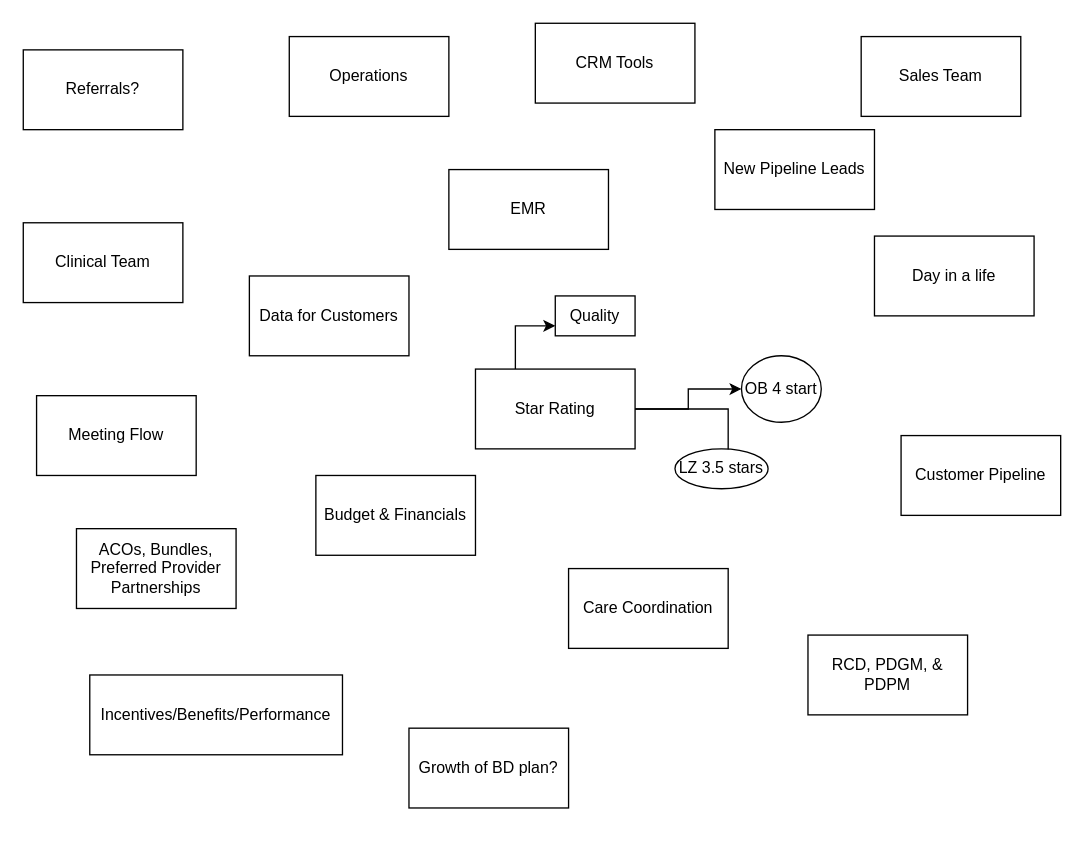
Above: Untitled Diagram.drawio in thinkabroad/hello-world (draw.io), before the change. Source tidied: cells renumbered, new cells numbered last; positions are measured from the earlier drawing's top-left corner, leaving out a move shared by most shapes. Both pictures are drawn from the tidied source at 133%, with x=0, y=0 at pixel (23, 23).
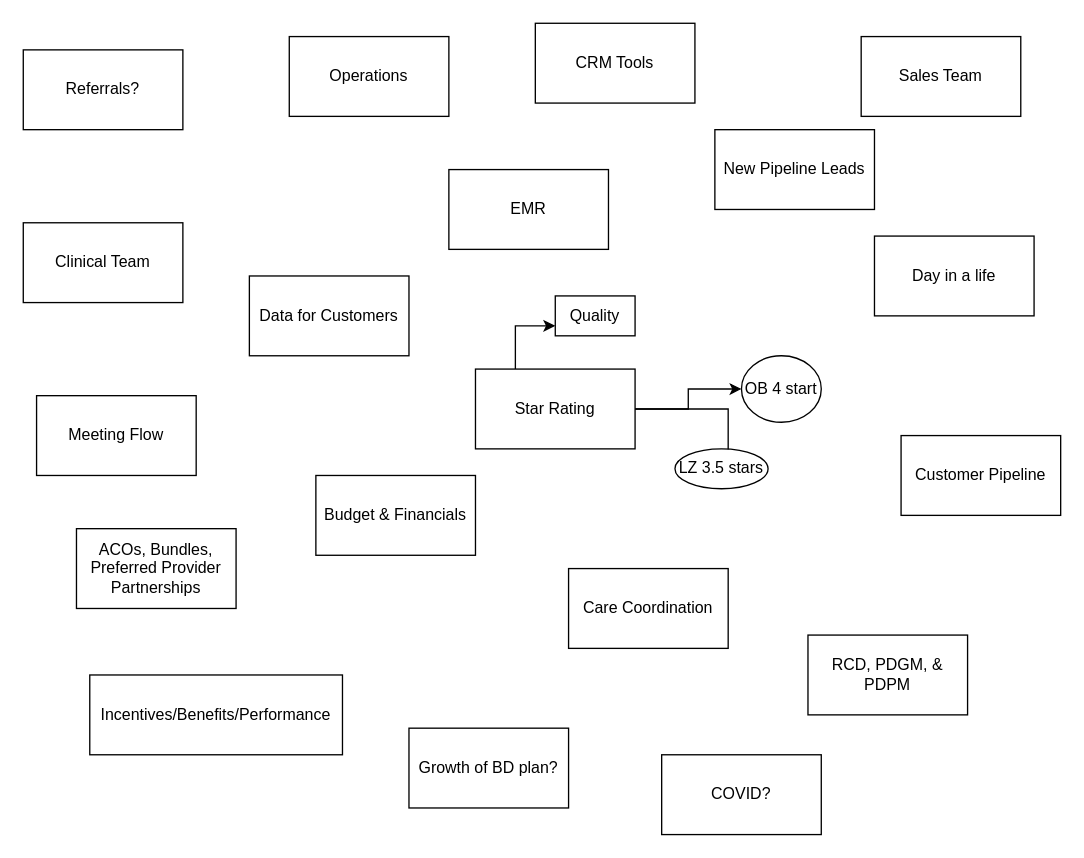
Above is the later version.

What changed in the source:
```diff
@@
+    <mxCell id="27" value="COVID?" style="whiteSpace=wrap;html=1;" parent="1" vertex="1">
+      <mxGeometry x="480" y="550" width="120" height="60" as="geometry" />
+    </mxCell>
```
